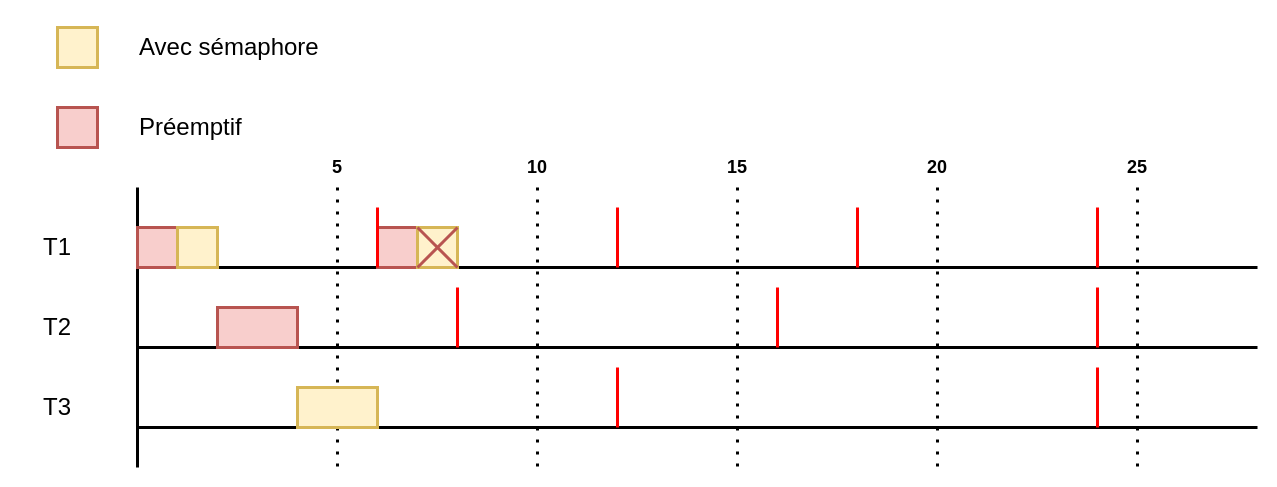
Before: page "td2_ex5_1" (9 of 10) of TDs_scheduling/diagrammes.drawio in FlorianLatapie/PNS-SI4-S8_Capteurs_actionneurs_-_IA, a draw.io diagram. Source tidied: cells renumbered, new cells numbered last; positions are measured from the earlier drawing's top-left corner, leaving out a move shared by most shapes. Both pictures are drawn from the tidied source at 100%, with x=0, y=0 at pixel (17, 27).
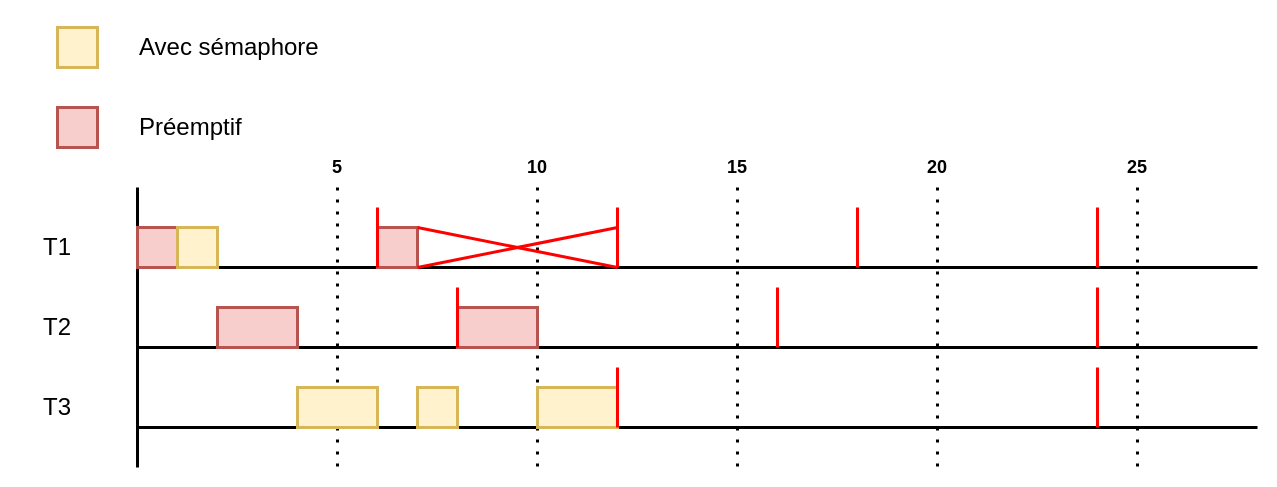
The same diagram, later.

Unchanged cells that the change refers to:
```xml
<mxCell id="31" style="rounded=0;whiteSpace=wrap;html=1;strokeWidth=3;fillColor=#f8cecc;strokeColor=#b85450;" parent="1" vertex="1">
  <mxGeometry x="360" y="200" width="40" height="40" as="geometry" />
</mxCell>
```

The edit, as a diff of the source:
```diff
@@
-    <mxCell id="18" style="endArrow=none;html=1;rounded=0;strokeWidth=3;fillColor=#f8cecc;strokeColor=#FF0000;" parent="1" edge="1">
-      <mxGeometry relative="1" as="geometry">
-        <mxPoint x="600" y="400" as="sourcePoint" />
-        <mxPoint x="600" y="340" as="targetPoint" />
-      </mxGeometry>
-    </mxCell>
@@
-    <mxCell id="23" style="endArrow=none;html=1;rounded=0;strokeWidth=3;fillColor=#f8cecc;strokeColor=#FF0000;" parent="1" edge="1">
-      <mxGeometry relative="1" as="geometry">
-        <mxPoint x="440" y="320" as="sourcePoint" />
-        <mxPoint x="440" y="260" as="targetPoint" />
-      </mxGeometry>
-    </mxCell>
@@
     <mxCell id="32" style="rounded=0;whiteSpace=wrap;html=1;strokeWidth=3;fillColor=#fff2cc;strokeColor=#d6b656;" parent="1" vertex="1">
-      <mxGeometry x="400" y="200" width="40" height="40" as="geometry" />
+      <mxGeometry x="400" y="360" width="40" height="40" as="geometry" />
     </mxCell>
-    <mxCell id="33" style="rounded=0;orthogonalLoop=1;jettySize=auto;html=1;exitX=0;exitY=1;exitDx=0;exitDy=0;entryX=1;entryY=0;entryDx=0;entryDy=0;strokeWidth=3;endArrow=none;endFill=0;fillColor=#f8cecc;strokeColor=#b85450;" parent="1" edge="1" source="32" target="32">
-      <mxGeometry relative="1" as="geometry" />
-    </mxCell>
-    <mxCell id="34" style="rounded=0;jettySize=auto;html=1;exitX=1;exitY=1;exitDx=0;exitDy=0;entryX=1;entryY=0;entryDx=0;entryDy=0;strokeWidth=3;endArrow=none;endFill=0;fillColor=#f8cecc;strokeColor=#b85450;" parent="1" edge="1" source="32" target="31">
-      <mxGeometry relative="1" as="geometry" />
-    </mxCell>
@@
+    <mxCell id="40" style="rounded=0;whiteSpace=wrap;html=1;strokeWidth=3;fillColor=#f8cecc;strokeColor=#b85450;" parent="1" vertex="1">
+      <mxGeometry x="440" y="280" width="80" height="40" as="geometry" />
+    </mxCell>
+    <mxCell id="23" style="endArrow=none;html=1;rounded=0;strokeWidth=3;fillColor=#f8cecc;strokeColor=#FF0000;" parent="1" edge="1">
+      <mxGeometry relative="1" as="geometry">
+        <mxPoint x="440" y="320" as="sourcePoint" />
+        <mxPoint x="440" y="260" as="targetPoint" />
+      </mxGeometry>
+    </mxCell>
+    <mxCell id="41" style="rounded=0;whiteSpace=wrap;html=1;strokeWidth=3;fillColor=#fff2cc;strokeColor=#d6b656;" parent="1" vertex="1">
+      <mxGeometry x="520" y="360" width="80" height="40" as="geometry" />
+    </mxCell>
+    <mxCell id="42" style="endArrow=none;html=1;rounded=0;strokeWidth=3;fillColor=#f8cecc;strokeColor=#FF0000;entryX=1;entryY=0;entryDx=0;entryDy=0;" parent="1" edge="1" target="31">
+      <mxGeometry relative="1" as="geometry">
+        <mxPoint x="600" y="240" as="sourcePoint" />
+      </mxGeometry>
+    </mxCell>
+    <mxCell id="43" style="endArrow=none;html=1;rounded=0;strokeWidth=3;fillColor=#f8cecc;strokeColor=#FF0000;entryX=1;entryY=1;entryDx=0;entryDy=0;" parent="1" edge="1" target="31">
+      <mxGeometry relative="1" as="geometry">
+        <mxPoint x="600" y="200" as="sourcePoint" />
+      </mxGeometry>
+    </mxCell>
+    <mxCell id="18" style="endArrow=none;html=1;rounded=0;strokeWidth=3;fillColor=#f8cecc;strokeColor=#FF0000;" parent="1" edge="1">
+      <mxGeometry relative="1" as="geometry">
+        <mxPoint x="600" y="400" as="sourcePoint" />
+        <mxPoint x="600" y="340" as="targetPoint" />
+      </mxGeometry>
+    </mxCell>
```
